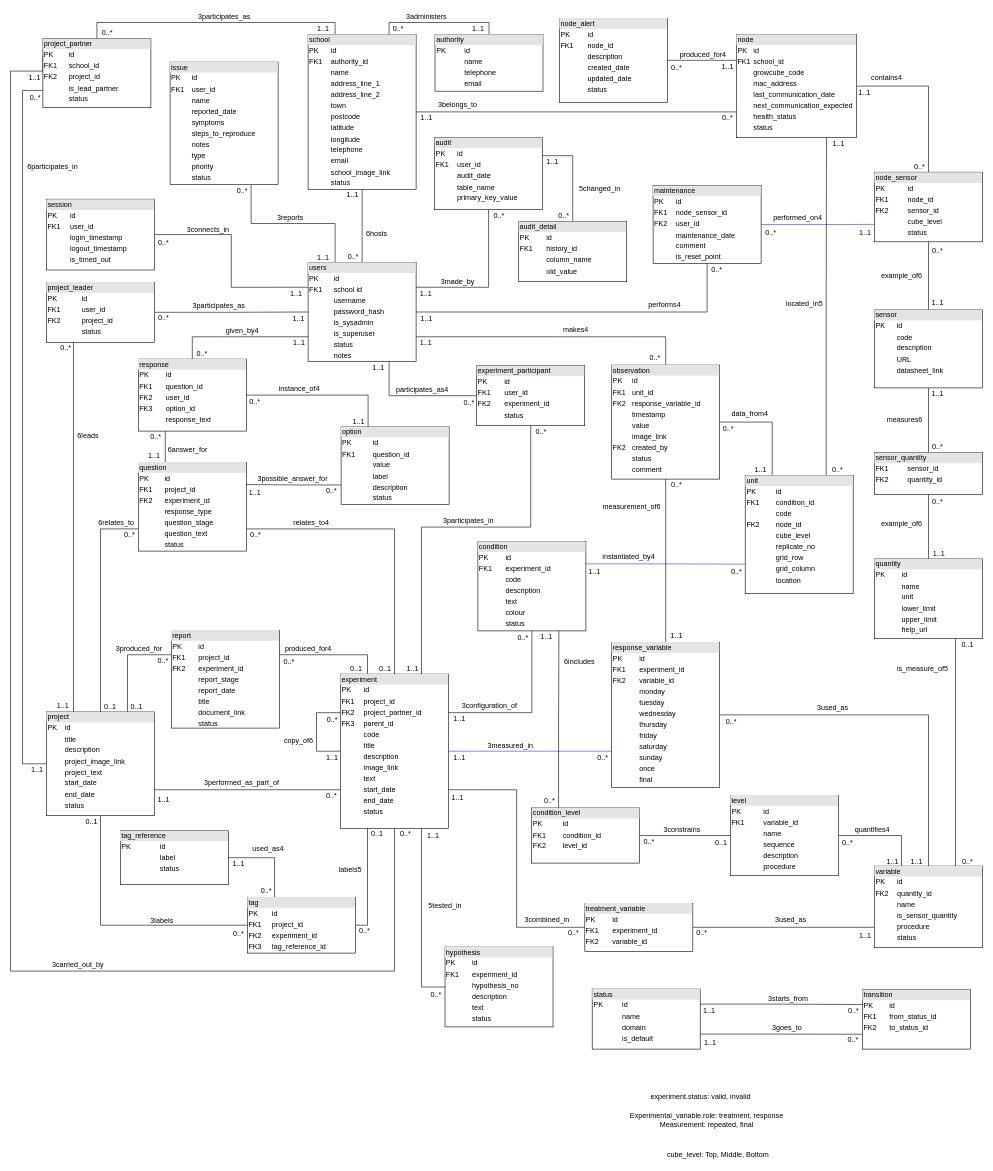
The draw.io diagram Documentation/ER diagram dandelion.drawio in Dandelion-dev-team/dandelion, before the edit. Source tidied: cells renumbered, new cells numbered last; positions are measured from the earlier drawing's top-left corner, leaving out a move shared by most shapes. Both pictures are drawn from the tidied source at 60%, with x=0, y=0 at pixel (10, 10).
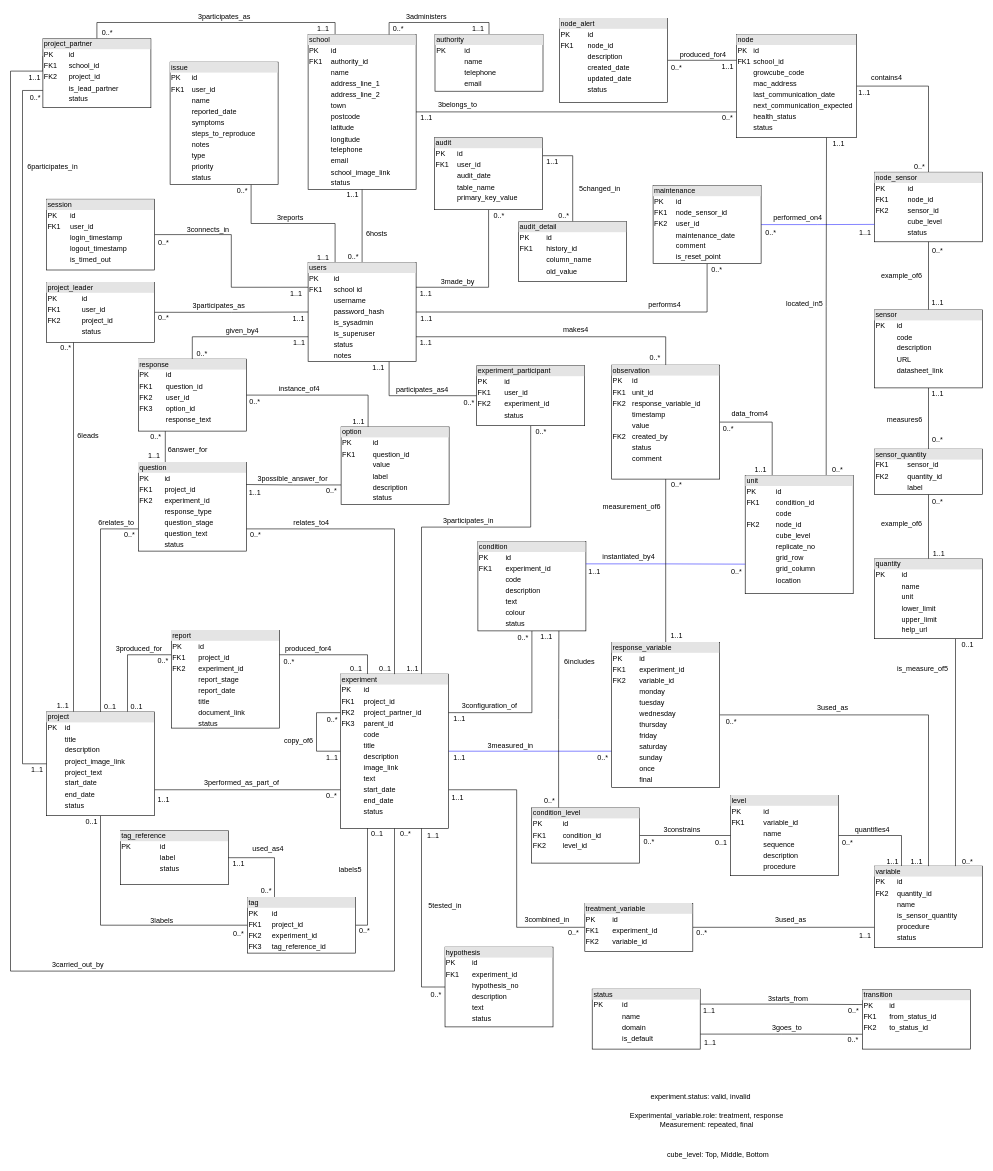
After the change.

The edit, as a diff of the source:
```diff
@@
-    <mxCell id="34" value="&lt;div style=&quot;box-sizing: border-box ; width: 100% ; background: #e4e4e4 ; padding: 2px&quot;&gt;observation&lt;/div&gt;&lt;table style=&quot;width: 100% ; font-size: 1em&quot; cellpadding=&quot;2&quot; cellspacing=&quot;0&quot;&gt;&lt;tbody&gt;&lt;tr&gt;&lt;td&gt;PK&lt;/td&gt;&lt;td&gt;id&lt;/td&gt;&lt;/tr&gt;&lt;tr&gt;&lt;td&gt;FK1&lt;/td&gt;&lt;td&gt;unit_id&lt;/td&gt;&lt;/tr&gt;&lt;tr&gt;&lt;td&gt;FK2&lt;/td&gt;&lt;td&gt;response_variable_id&lt;/td&gt;&lt;/tr&gt;&lt;tr&gt;&lt;td&gt;&lt;br&gt;&lt;/td&gt;&lt;td&gt;timestamp&lt;/td&gt;&lt;/tr&gt;&lt;tr&gt;&lt;td&gt;&lt;/td&gt;&lt;td&gt;value&lt;/td&gt;&lt;/tr&gt;&lt;tr&gt;&lt;td&gt;&lt;br&gt;&lt;/td&gt;&lt;td&gt;image_link&lt;/td&gt;&lt;/tr&gt;&lt;tr&gt;&lt;td&gt;FK2&lt;/td&gt;&lt;td&gt;created_by&lt;/td&gt;&lt;/tr&gt;&lt;tr&gt;&lt;td&gt;&lt;br&gt;&lt;/td&gt;&lt;td&gt;status&lt;/td&gt;&lt;/tr&gt;&lt;tr&gt;&lt;td&gt;&lt;br&gt;&lt;/td&gt;&lt;td&gt;comment&lt;/td&gt;&lt;/tr&gt;&lt;/tbody&gt;&lt;/table&gt;" style="verticalAlign=top;align=left;overflow=fill;html=1;" parent="1" vertex="1">
+    <mxCell id="34" value="&lt;div style=&quot;box-sizing: border-box ; width: 100% ; background: #e4e4e4 ; padding: 2px&quot;&gt;observation&lt;/div&gt;&lt;table style=&quot;width: 100% ; font-size: 1em&quot; cellpadding=&quot;2&quot; cellspacing=&quot;0&quot;&gt;&lt;tbody&gt;&lt;tr&gt;&lt;td&gt;PK&lt;/td&gt;&lt;td&gt;id&lt;/td&gt;&lt;/tr&gt;&lt;tr&gt;&lt;td&gt;FK1&lt;/td&gt;&lt;td&gt;unit_id&lt;/td&gt;&lt;/tr&gt;&lt;tr&gt;&lt;td&gt;FK2&lt;/td&gt;&lt;td&gt;response_variable_id&lt;/td&gt;&lt;/tr&gt;&lt;tr&gt;&lt;td&gt;&lt;br&gt;&lt;/td&gt;&lt;td&gt;timestamp&lt;/td&gt;&lt;/tr&gt;&lt;tr&gt;&lt;td&gt;&lt;/td&gt;&lt;td&gt;value&lt;/td&gt;&lt;/tr&gt;&lt;tr&gt;&lt;td&gt;FK2&lt;/td&gt;&lt;td&gt;created_by&lt;/td&gt;&lt;/tr&gt;&lt;tr&gt;&lt;td&gt;&lt;br&gt;&lt;/td&gt;&lt;td&gt;status&lt;/td&gt;&lt;/tr&gt;&lt;tr&gt;&lt;td&gt;&lt;br&gt;&lt;/td&gt;&lt;td&gt;comment&lt;/td&gt;&lt;/tr&gt;&lt;/tbody&gt;&lt;/table&gt;" style="verticalAlign=top;align=left;overflow=fill;html=1;" parent="1" vertex="1">
       <mxGeometry x="1002" y="591" width="180" height="190" as="geometry" />
     </mxCell>
@@
-    <mxCell id="45" value="&lt;div style=&quot;box-sizing: border-box ; width: 100% ; background: #e4e4e4 ; padding: 2px&quot;&gt;sensor_quantity&lt;/div&gt;&lt;table style=&quot;width: 100% ; font-size: 1em&quot; cellpadding=&quot;2&quot; cellspacing=&quot;0&quot;&gt;&lt;tbody&gt;&lt;tr&gt;&lt;td&gt;FK1&lt;/td&gt;&lt;td&gt;sensor_id&lt;/td&gt;&lt;/tr&gt;&lt;tr&gt;&lt;td&gt;FK2&lt;/td&gt;&lt;td&gt;quantity_id&lt;/td&gt;&lt;/tr&gt;&lt;/tbody&gt;&lt;/table&gt;" style="verticalAlign=top;align=left;overflow=fill;html=1;" parent="1" vertex="1">
-      <mxGeometry x="1440" y="736.5" width="180" height="70" as="geometry" />
+    <mxCell id="45" value="&lt;div style=&quot;box-sizing: border-box ; width: 100% ; background: #e4e4e4 ; padding: 2px&quot;&gt;sensor_quantity&lt;/div&gt;&lt;table style=&quot;width: 100% ; font-size: 1em&quot; cellpadding=&quot;2&quot; cellspacing=&quot;0&quot;&gt;&lt;tbody&gt;&lt;tr&gt;&lt;td&gt;FK1&lt;/td&gt;&lt;td&gt;sensor_id&lt;/td&gt;&lt;/tr&gt;&lt;tr&gt;&lt;td&gt;FK2&lt;/td&gt;&lt;td&gt;quantity_id&lt;/td&gt;&lt;/tr&gt;&lt;tr&gt;&lt;td&gt;&lt;br&gt;&lt;/td&gt;&lt;td&gt;label&lt;/td&gt;&lt;/tr&gt;&lt;/tbody&gt;&lt;/table&gt;" style="verticalAlign=top;align=left;overflow=fill;html=1;" parent="1" vertex="1">
+      <mxGeometry x="1440" y="731" width="180" height="75.5" as="geometry" />
     </mxCell>
@@
     <mxCell id="67" value="0..*" style="text;html=1;align=center;verticalAlign=middle;strokeColor=none;fillColor=none;" parent="1" vertex="1">
-      <mxGeometry x="1530" y="716.5" width="30" height="20" as="geometry" />
+      <mxGeometry x="1530" y="705.5" width="30" height="20" as="geometry" />
     </mxCell>
```
